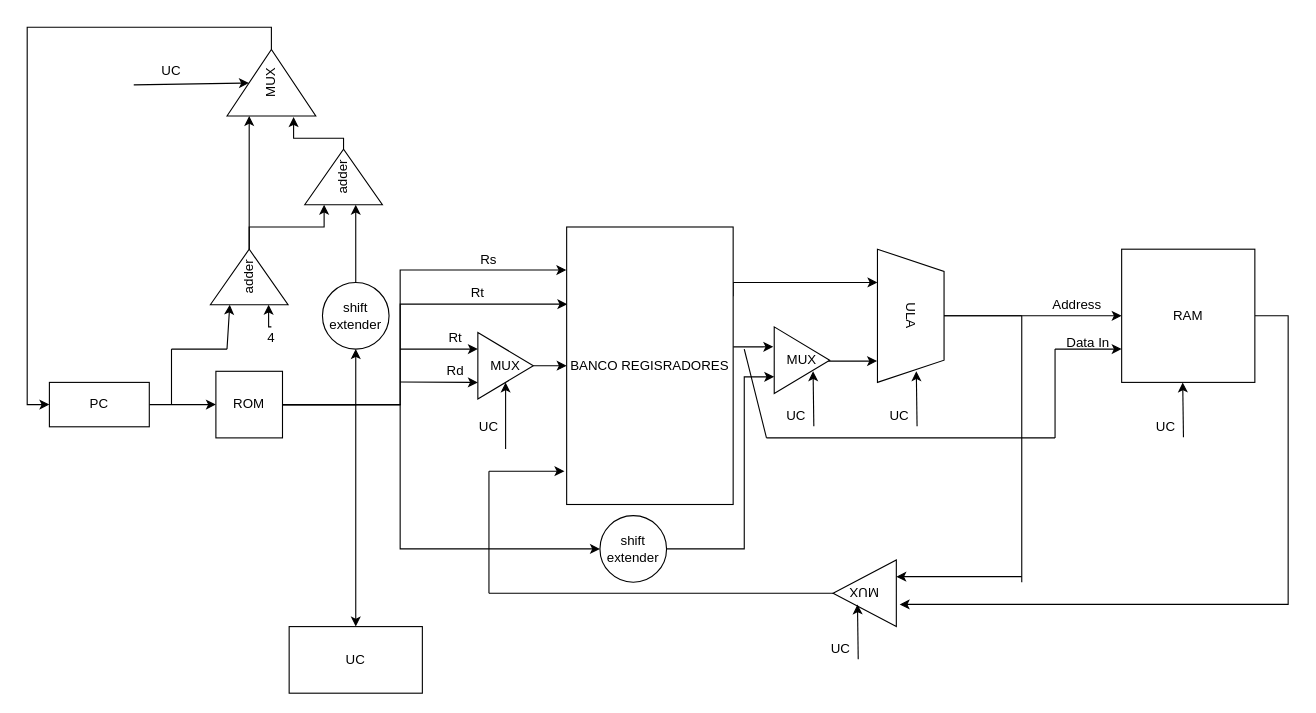
Above: mips.drawio in 4rfel/mips (draw.io), before the change. Source tidied: cells renumbered, new cells numbered last; positions are measured from the earlier drawing's top-left corner, leaving out a move shared by most shapes. Both pictures are drawn from the tidied source at 111%, with x=0, y=0 at pixel (49, 38).
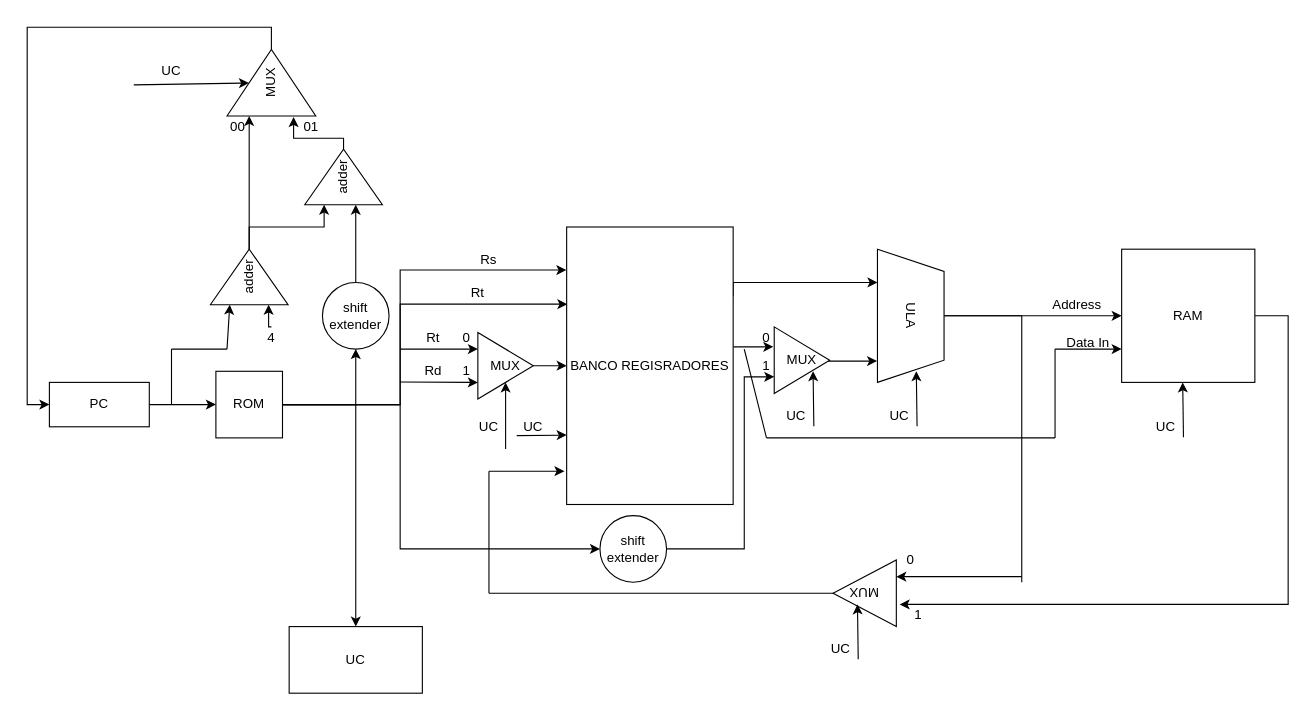
Above is the later version.

The change refers to these unchanged cells:
```xml
<mxCell id="25" value="BANCO REGISRADORES" style="rounded=0;whiteSpace=wrap;html=1;" parent="1" vertex="1">
  <mxGeometry x="466" y="170" width="150" height="250" as="geometry" />
</mxCell>
<mxCell id="27" value="MUX" style="triangle;whiteSpace=wrap;html=1;rotation=0;" parent="1" vertex="1">
  <mxGeometry x="386" y="265" width="50" height="60" as="geometry" />
</mxCell>
```

Change to the diagram source:
```diff
@@
     <mxCell id="31" value="Rt" style="text;html=1;strokeColor=none;fillColor=none;align=center;verticalAlign=middle;whiteSpace=wrap;rounded=0;" parent="1" vertex="1">
-      <mxGeometry x="346" y="260" width="40" height="20" as="geometry" />
+      <mxGeometry x="326" y="260" width="40" height="20" as="geometry" />
     </mxCell>
     <mxCell id="32" value="Rd" style="text;html=1;strokeColor=none;fillColor=none;align=center;verticalAlign=middle;whiteSpace=wrap;rounded=0;" parent="1" vertex="1">
-      <mxGeometry x="346" y="290" width="40" height="20" as="geometry" />
+      <mxGeometry x="326" y="290" width="40" height="20" as="geometry" />
     </mxCell>
-    <mxCell id="33" style="endArrow=classic;html=1;entryX=1;entryY=1;entryDx=0;entryDy=0;" parent="1" edge="1" target="32">
+    <mxCell id="33" style="endArrow=classic;html=1;entryX=0;entryY=0.75;entryDx=0;entryDy=0;" parent="1" edge="1" target="27">
       <mxGeometry relative="1" as="geometry">
         <mxPoint x="316" y="309.6" as="sourcePoint" />
       </mxGeometry>
     </mxCell>
@@
+    <mxCell id="69" value="0" style="text;html=1;strokeColor=none;fillColor=none;align=center;verticalAlign=middle;whiteSpace=wrap;rounded=0;" parent="1" vertex="1">
+      <mxGeometry x="756" y="460" width="40" height="20" as="geometry" />
+    </mxCell>
+    <mxCell id="70" value="1" style="text;html=1;strokeColor=none;fillColor=none;align=center;verticalAlign=middle;whiteSpace=wrap;rounded=0;" parent="1" vertex="1">
+      <mxGeometry x="763" y="510" width="40" height="20" as="geometry" />
+    </mxCell>
+    <mxCell id="71" value="00" style="text;html=1;strokeColor=none;fillColor=none;align=center;verticalAlign=middle;whiteSpace=wrap;rounded=0;" parent="1" vertex="1">
+      <mxGeometry x="150" y="70" width="40" height="20" as="geometry" />
+    </mxCell>
+    <mxCell id="72" value="01" style="text;html=1;strokeColor=none;fillColor=none;align=center;verticalAlign=middle;whiteSpace=wrap;rounded=0;" parent="1" vertex="1">
+      <mxGeometry x="216" y="70" width="40" height="20" as="geometry" />
+    </mxCell>
+    <mxCell id="73" value="0" style="text;html=1;strokeColor=none;fillColor=none;align=center;verticalAlign=middle;whiteSpace=wrap;rounded=0;" parent="1" vertex="1">
+      <mxGeometry x="356" y="260" width="40" height="20" as="geometry" />
+    </mxCell>
+    <mxCell id="74" value="1" style="text;html=1;strokeColor=none;fillColor=none;align=center;verticalAlign=middle;whiteSpace=wrap;rounded=0;" parent="1" vertex="1">
+      <mxGeometry x="356" y="290" width="40" height="20" as="geometry" />
+    </mxCell>
+    <mxCell id="75" value="0" style="text;html=1;strokeColor=none;fillColor=none;align=center;verticalAlign=middle;whiteSpace=wrap;rounded=0;" parent="1" vertex="1">
+      <mxGeometry x="626" y="260" width="40" height="20" as="geometry" />
+    </mxCell>
+    <mxCell id="76" value="1" style="text;html=1;strokeColor=none;fillColor=none;align=center;verticalAlign=middle;whiteSpace=wrap;rounded=0;" parent="1" vertex="1">
+      <mxGeometry x="626" y="285" width="40" height="20" as="geometry" />
+    </mxCell>
+    <mxCell id="77" style="endArrow=classic;html=1;entryX=0;entryY=0.75;entryDx=0;entryDy=0;" parent="1" edge="1" target="25">
+      <mxGeometry relative="1" as="geometry">
+        <mxPoint x="421" y="358" as="sourcePoint" />
+      </mxGeometry>
+    </mxCell>
+    <mxCell id="78" value="UC" style="text;html=1;strokeColor=none;fillColor=none;align=center;verticalAlign=middle;whiteSpace=wrap;rounded=0;" parent="1" vertex="1">
+      <mxGeometry x="416" y="340" width="40" height="20" as="geometry" />
+    </mxCell>
```
